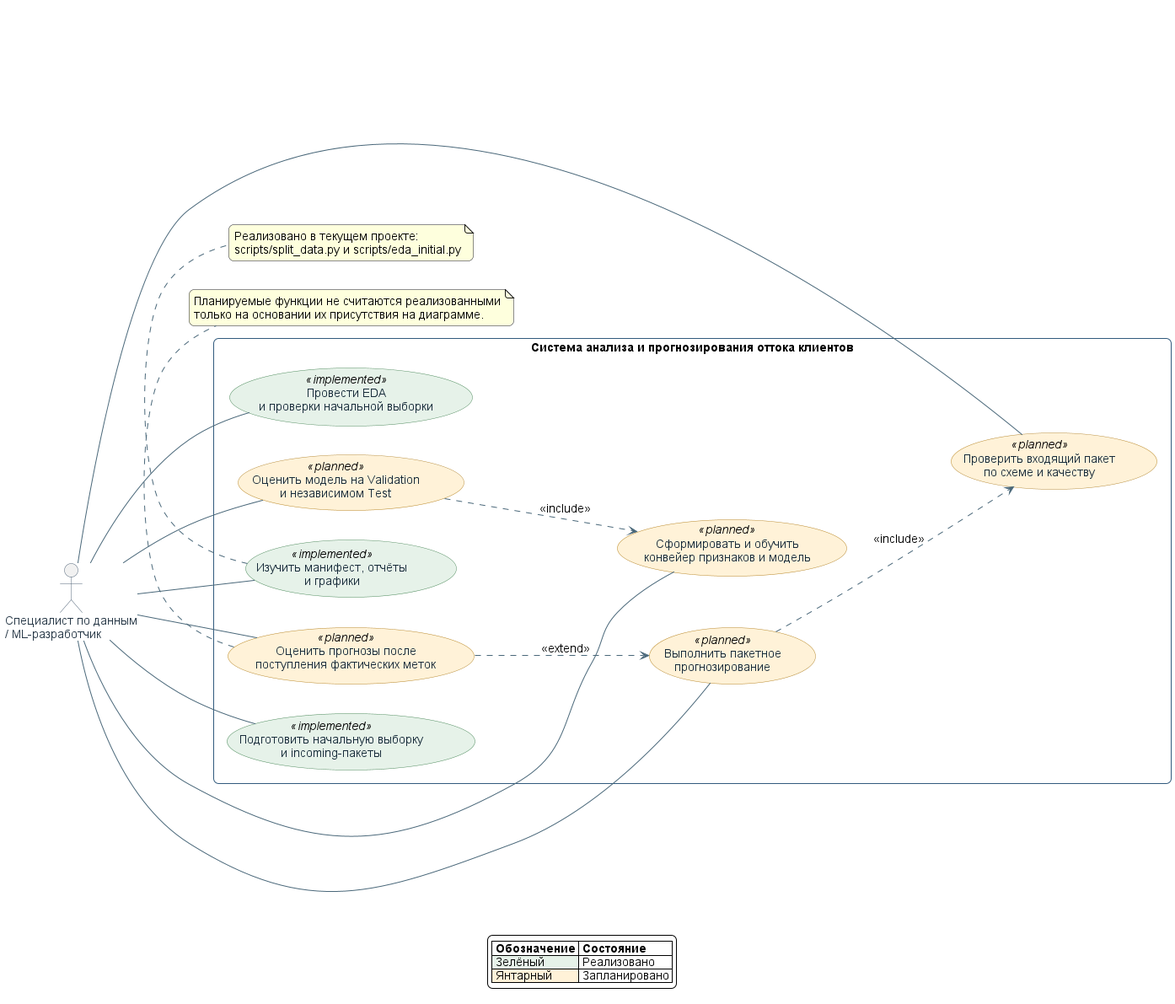
The PlantUML diagram diagrams/png/use_case.png in Lofold/telco-customer-churn-ml, before a commit. Source of this version:
```plantuml
@startuml
left to right direction
skinparam backgroundColor #FFFFFF
skinparam shadowing false
skinparam roundcorner 12
skinparam defaultFontName Arial
skinparam defaultFontSize 14
skinparam ArrowColor #496779
skinparam ActorBorderColor #526579
skinparam ActorFontColor #263746
skinparam UsecaseBorderColor #315A7D
skinparam UsecaseFontColor #172B3A
skinparam packageBorderColor #315A7D
skinparam packageFontColor #17324D
skinparam usecase {
  BackgroundColor<<implemented>> #E6F2E9
  BorderColor<<implemented>> #4C8A5B
  BackgroundColor<<planned>> #FFF2D8
  BorderColor<<planned>> #B8892E
}

actor "Специалист по данным\n/ ML-разработчик" as Analyst

rectangle "Система анализа и прогнозирования оттока клиентов" {
  usecase "Подготовить начальную выборку\nи incoming-пакеты" as UC_Split <<implemented>>
  usecase "Провести EDA\nи проверки начальной выборки" as UC_EDA <<implemented>>
  usecase "Изучить манифест, отчёты\nи графики" as UC_Reports <<implemented>>

  usecase "Проверить входящий пакет\nпо схеме и качеству" as UC_Validate <<planned>>
  usecase "Сформировать и обучить\nконвейер признаков и модель" as UC_Train <<planned>>
  usecase "Оценить модель на Validation\nи независимом Test" as UC_Evaluate <<planned>>
  usecase "Выполнить пакетное\nпрогнозирование" as UC_Predict <<planned>>
  usecase "Оценить прогнозы после\nпоступления фактических меток" as UC_Delayed <<planned>>
}

Analyst -- UC_Split
Analyst -- UC_EDA
Analyst -- UC_Reports
Analyst -- UC_Validate
Analyst -- UC_Train
Analyst -- UC_Evaluate
Analyst -- UC_Predict
Analyst -- UC_Delayed

UC_Predict ..> UC_Validate : <<include>>
UC_Evaluate ..> UC_Train : <<include>>
UC_Delayed ..> UC_Predict : <<extend>>

note bottom of UC_Reports
  Реализовано в текущем проекте:
  scripts/split_data.py и scripts/eda_initial.py
end note

note bottom of UC_Delayed
  Планируемые функции не считаются реализованными
  только на основании их присутствия на диаграмме.
end note

legend bottom
  |= Обозначение |= Состояние |
  |<#E6F2E9> Зелёный | Реализовано |
  |<#FFF2D8> Янтарный | Запланировано |
endlegend
@enduml
```
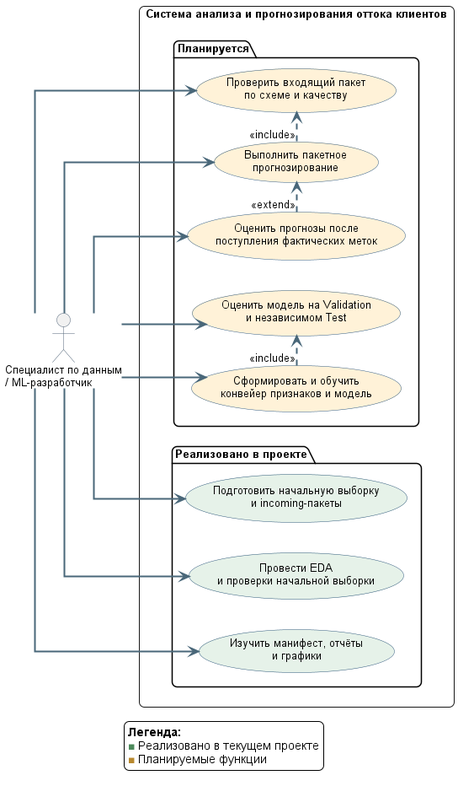
The same diagram one commit later.

What changed in the source:
```diff
@@ -1,64 +1,49 @@
-@startuml
+@startuml use_case
 left to right direction
+skinparam linetype ortho
 skinparam backgroundColor #FFFFFF
 skinparam shadowing false
 skinparam roundcorner 12
 skinparam defaultFontName Arial
-skinparam defaultFontSize 14
+skinparam defaultFontSize 13
 skinparam ArrowColor #496779
+skinparam ArrowThickness 2
 skinparam ActorBorderColor #526579
-skinparam ActorFontColor #263746
 skinparam UsecaseBorderColor #315A7D
-skinparam UsecaseFontColor #172B3A
-skinparam packageBorderColor #315A7D
-skinparam packageFontColor #17324D
-skinparam usecase {
-  BackgroundColor<<implemented>> #E6F2E9
-  BorderColor<<implemented>> #4C8A5B
-  BackgroundColor<<planned>> #FFF2D8
-  BorderColor<<planned>> #B8892E
-}
 
 actor "Специалист по данным\n/ ML-разработчик" as Analyst
 
 rectangle "Система анализа и прогнозирования оттока клиентов" {
-  usecase "Подготовить начальную выборку\nи incoming-пакеты" as UC_Split <<implemented>>
-  usecase "Провести EDA\nи проверки начальной выборки" as UC_EDA <<implemented>>
-  usecase "Изучить манифест, отчёты\nи графики" as UC_Reports <<implemented>>
-
-  usecase "Проверить входящий пакет\nпо схеме и качеству" as UC_Validate <<planned>>
-  usecase "Сформировать и обучить\nконвейер признаков и модель" as UC_Train <<planned>>
-  usecase "Оценить модель на Validation\nи независимом Test" as UC_Evaluate <<planned>>
-  usecase "Выполнить пакетное\nпрогнозирование" as UC_Predict <<planned>>
-  usecase "Оценить прогнозы после\nпоступления фактических меток" as UC_Delayed <<planned>>
+  package "Планируется" {
+    usecase "Оценить прогнозы после\nпоступления фактических меток" as UC_Delayed #FFF2D8
+    usecase "Выполнить пакетное\nпрогнозирование" as UC_Predict #FFF2D8
+    usecase "Проверить входящий пакет\nпо схеме и качеству" as UC_Validate #FFF2D8
+    usecase "Оценить модель на Validation\nи независимом Test" as UC_Evaluate #FFF2D8
+    usecase "Сформировать и обучить\nконвейер признаков и модель" as UC_Train #FFF2D8
+  }
+  package "Реализовано в проекте" {
+    usecase "Подготовить начальную выборку\nи incoming-пакеты" as UC_Split #E6F2E9
+    usecase "Провести EDA\nи проверки начальной выборки" as UC_EDA #E6F2E9
+    usecase "Изучить манифест, отчёты\nи графики" as UC_Reports #E6F2E9
+  }
 }
 
-Analyst -- UC_Split
-Analyst -- UC_EDA
-Analyst -- UC_Reports
-Analyst -- UC_Validate
-Analyst -- UC_Train
-Analyst -- UC_Evaluate
-Analyst -- UC_Predict
-Analyst -- UC_Delayed
+Analyst --> UC_Delayed
+Analyst --> UC_Predict
+Analyst --> UC_Validate
+Analyst --> UC_Evaluate
+Analyst --> UC_Train
+Analyst --> UC_Split
+Analyst --> UC_EDA
+Analyst --> UC_Reports
 
-UC_Predict ..> UC_Validate : <<include>>
-UC_Evaluate ..> UC_Train : <<include>>
-UC_Delayed ..> UC_Predict : <<extend>>
-
-note bottom of UC_Reports
-  Реализовано в текущем проекте:
-  scripts/split_data.py и scripts/eda_initial.py
-end note
-
-note bottom of UC_Delayed
-  Планируемые функции не считаются реализованными
-  только на основании их присутствия на диаграмме.
-end note
+UC_Delayed .> UC_Predict : <<extend>>
+UC_Predict .> UC_Validate : <<include>>
+UC_Train .> UC_Evaluate : <<include>>
 
 legend bottom
-  |= Обозначение |= Состояние |
-  |<#E6F2E9> Зелёный | Реализовано |
-  |<#FFF2D8> Янтарный | Запланировано |
+  <b>Легенда:</b>
+  <color:#4C8A5B>■</color> Реализовано в текущем проекте
+  <color:#B8892E>■</color> Планируемые функции
 endlegend
 @enduml
```
